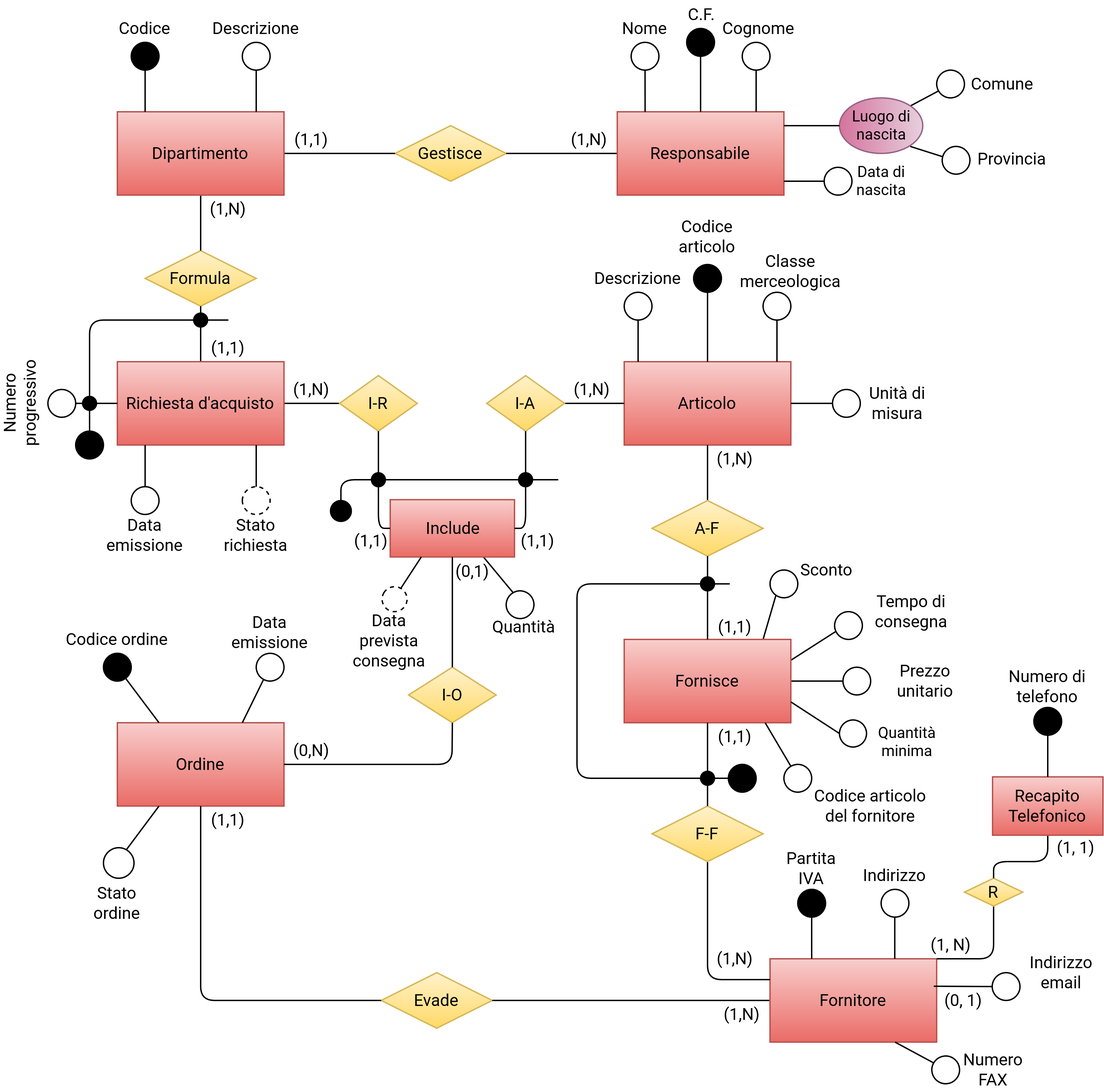
This is ER_final.png from FraBomba6/Progetto_BdD, a draw.io export, as it was before one commit. Source tidied: cells renumbered, new cells last; positions are measured from the earlier drawing's top-left corner, leaving out a move shared by most shapes.
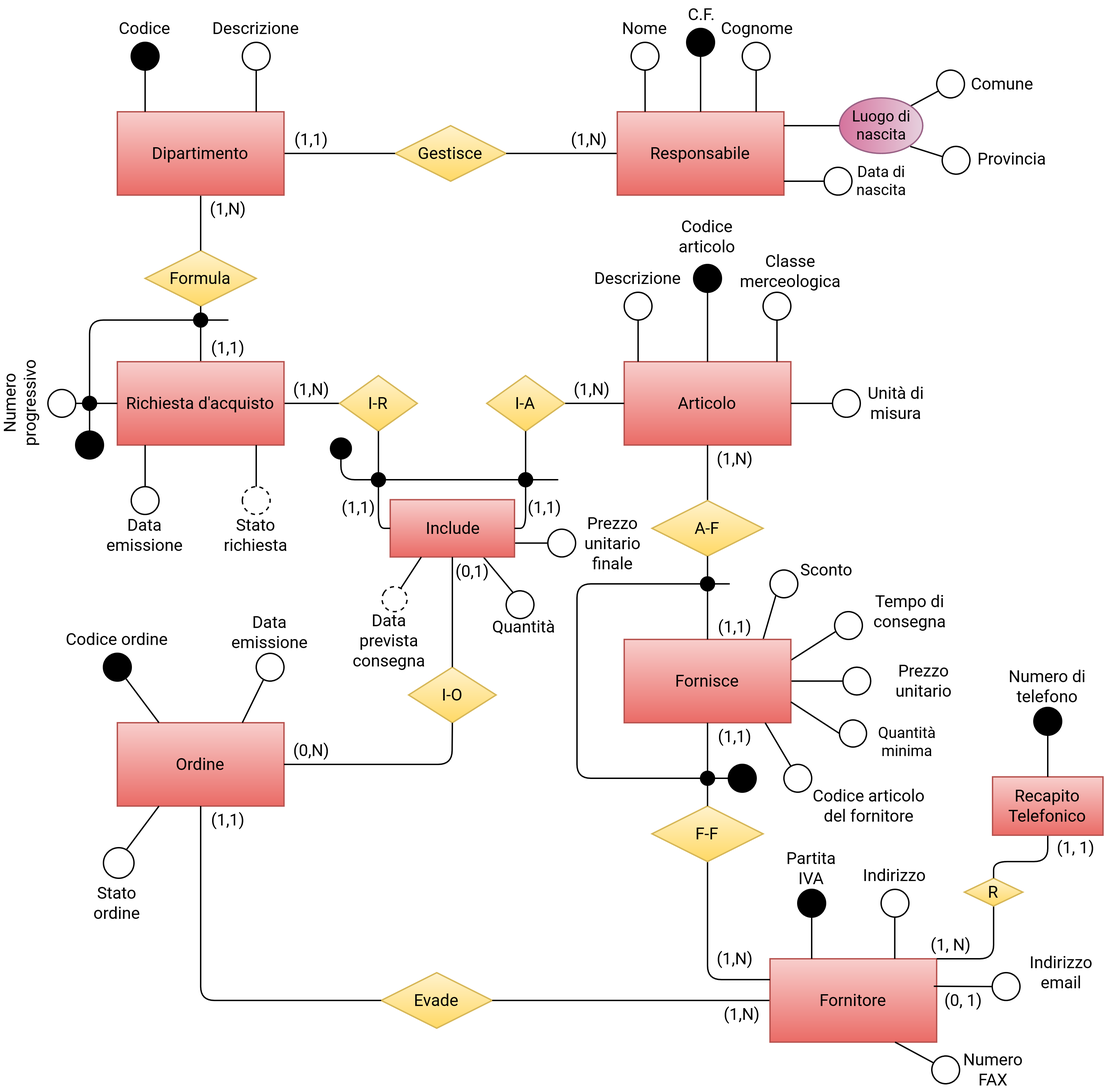
Later version of the same file.

Diff of the diagram source:
```diff
@@ -2,6 +2,11 @@
   <root>
     <mxCell id="0" />
     <mxCell id="1" parent="0" />
+    <mxCell id="181" style="endArrow=none;html=1;entryX=0.5;entryY=1;entryDx=0;entryDy=0;fontFamily=Roboto;fontSource=https%3A%2F%2Ffonts.googleapis.com%2Fcss%3Ffamily%3DRoboto;exitX=1;exitY=0.5;exitDx=0;exitDy=0;" parent="1" edge="1" target="182">
+      <mxGeometry x="390" y="390.6" as="geometry">
+        <mxPoint x="370" y="390.6" as="sourcePoint" />
+      </mxGeometry>
+    </mxCell>
     <mxCell id="2" style="endArrow=none;html=1;entryX=1;entryY=0.5;entryDx=0;entryDy=0;fontFamily=Roboto;fontSource=https%3A%2F%2Ffonts.googleapis.com%2Fcss%3Ffamily%3DRoboto;exitX=0.75;exitY=1;exitDx=0;exitDy=0;" parent="1" edge="1" source="138" target="115">
       <mxGeometry relative="1" as="geometry" />
     </mxCell>
@@ -438,10 +443,10 @@
     <mxCell id="131" value="Fornisce" style="rounded=0;whiteSpace=wrap;html=1;fontFamily=Roboto;fontSource=https%3A%2F%2Ffonts.googleapis.com%2Fcss%3Ffamily%3DRoboto;fillColor=#f8cecc;strokeColor=#b85450;gradientColor=#ea6b66;" parent="1" vertex="1">
       <mxGeometry x="455" y="460" width="120" height="60" as="geometry" />
     </mxCell>
-    <mxCell id="132" style="endArrow=none;html=1;exitX=0.5;exitY=0;exitDx=0;exitDy=0;entryX=0.5;entryY=1;entryDx=0;entryDy=0;startArrow=none;" parent="1" edge="1" source="147" target="131">
+    <mxCell id="132" style="endArrow=none;html=1;exitX=0.5;exitY=0;exitDx=0;exitDy=0;entryX=0.5;entryY=1;entryDx=0;entryDy=0;startArrow=none;fontFamily=Roboto;fontSource=https%3A%2F%2Ffonts.googleapis.com%2Fcss%3Ffamily%3DRoboto;" parent="1" edge="1" source="147" target="131">
       <mxGeometry relative="1" as="geometry" />
     </mxCell>
-    <mxCell id="133" style="endArrow=none;html=1;exitX=0.5;exitY=0;exitDx=0;exitDy=0;startArrow=none;" parent="1" edge="1" source="149" target="129">
+    <mxCell id="133" style="endArrow=none;html=1;exitX=0.5;exitY=0;exitDx=0;exitDy=0;startArrow=none;fontFamily=Roboto;fontSource=https%3A%2F%2Ffonts.googleapis.com%2Fcss%3Ffamily%3DRoboto;" parent="1" edge="1" source="149" target="129">
       <mxGeometry relative="1" as="geometry" />
     </mxCell>
     <mxCell id="134" value="(1,1)" style="text;html=1;strokeColor=none;fillColor=none;align=center;verticalAlign=middle;whiteSpace=wrap;rounded=0;fontFamily=Roboto;fontSource=https%3A%2F%2Ffonts.googleapis.com%2Fcss%3Ffamily%3DRoboto;" parent="1" vertex="1">
@@ -459,17 +464,17 @@
     <mxCell id="138" value="Include" style="rounded=0;whiteSpace=wrap;html=1;fontFamily=Roboto;fontSource=https%3A%2F%2Ffonts.googleapis.com%2Fcss%3Ffamily%3DRoboto;fillColor=#f8cecc;strokeColor=#b85450;gradientColor=#ea6b66;" parent="1" vertex="1">
       <mxGeometry x="286.5" y="359.4" width="89.5" height="41.2" as="geometry" />
     </mxCell>
-    <mxCell id="139" style="endArrow=none;html=1;exitX=0.5;exitY=0;exitDx=0;exitDy=0;entryX=0.5;entryY=1;entryDx=0;entryDy=0;" parent="1" edge="1" source="136" target="138">
+    <mxCell id="139" style="endArrow=none;html=1;exitX=0.5;exitY=0;exitDx=0;exitDy=0;entryX=0.5;entryY=1;entryDx=0;entryDy=0;fontFamily=Roboto;fontSource=https%3A%2F%2Ffonts.googleapis.com%2Fcss%3Ffamily%3DRoboto;" parent="1" edge="1" source="136" target="138">
       <mxGeometry relative="1" as="geometry" />
     </mxCell>
-    <mxCell id="140" style="endArrow=none;html=1;exitX=1;exitY=0.5;exitDx=0;exitDy=0;entryX=0.5;entryY=1;entryDx=0;entryDy=0;" parent="1" edge="1" source="4" target="136">
+    <mxCell id="140" style="endArrow=none;html=1;exitX=1;exitY=0.5;exitDx=0;exitDy=0;entryX=0.5;entryY=1;entryDx=0;entryDy=0;fontFamily=Roboto;fontSource=https%3A%2F%2Ffonts.googleapis.com%2Fcss%3Ffamily%3DRoboto;" parent="1" edge="1" source="4" target="136">
       <mxGeometry relative="1" as="geometry">
         <Array as="points">
           <mxPoint x="331" y="550" />
         </Array>
       </mxGeometry>
     </mxCell>
-    <mxCell id="141" style="endArrow=none;html=1;entryX=0.25;entryY=1;entryDx=0;entryDy=0;exitX=0.5;exitY=1;exitDx=0;exitDy=0;" parent="1" edge="1" source="142" target="138">
+    <mxCell id="141" style="endArrow=none;html=1;entryX=0.25;entryY=1;entryDx=0;entryDy=0;exitX=0.5;exitY=1;exitDx=0;exitDy=0;fontFamily=Roboto;fontSource=https%3A%2F%2Ffonts.googleapis.com%2Fcss%3Ffamily%3DRoboto;" parent="1" edge="1" source="142" target="138">
       <mxGeometry relative="1" as="geometry" />
     </mxCell>
     <mxCell id="142" style="ellipse;whiteSpace=wrap;html=1;fontFamily=Roboto;fontSource=https%3A%2F%2Ffonts.googleapis.com%2Fcss%3Ffamily%3DRoboto;rotation=-150;dashed=1;" parent="1" vertex="1">
@@ -485,7 +490,7 @@
         <mxPoint x="556.5" y="520" as="sourcePoint" />
       </mxGeometry>
     </mxCell>
-    <mxCell id="145" style="endArrow=none;html=1;" parent="1" edge="1">
+    <mxCell id="145" style="endArrow=none;html=1;fontFamily=Roboto;fontSource=https%3A%2F%2Ffonts.googleapis.com%2Fcss%3Ffamily%3DRoboto;" parent="1" edge="1">
       <mxGeometry relative="1" as="geometry">
         <mxPoint x="531" y="560" as="sourcePoint" />
         <mxPoint x="531" y="420" as="targetPoint" />
@@ -501,26 +506,26 @@
     <mxCell id="147" style="ellipse;fontFamily=Roboto;fontSource=https%3A%2F%2Ffonts.googleapis.com%2Fcss%3Ffamily%3DRoboto;fillColor=#000000;" parent="1" vertex="1">
       <mxGeometry x="510" y="555" width="10" height="10" as="geometry" />
     </mxCell>
-    <mxCell id="148" style="endArrow=none;html=1;exitX=0.5;exitY=0;exitDx=0;exitDy=0;entryX=0.5;entryY=1;entryDx=0;entryDy=0;" parent="1" edge="1" source="130" target="147">
+    <mxCell id="148" style="endArrow=none;html=1;exitX=0.5;exitY=0;exitDx=0;exitDy=0;entryX=0.5;entryY=1;entryDx=0;entryDy=0;fontFamily=Roboto;fontSource=https%3A%2F%2Ffonts.googleapis.com%2Fcss%3Ffamily%3DRoboto;" parent="1" edge="1" source="130" target="147">
       <mxGeometry relative="1" as="geometry" />
     </mxCell>
     <mxCell id="149" style="ellipse;fontFamily=Roboto;fontSource=https%3A%2F%2Ffonts.googleapis.com%2Fcss%3Ffamily%3DRoboto;fillColor=#000000;" parent="1" vertex="1">
       <mxGeometry x="510" y="415" width="10" height="10" as="geometry" />
     </mxCell>
-    <mxCell id="150" style="endArrow=none;html=1;exitX=0.5;exitY=0;exitDx=0;exitDy=0;" parent="1" edge="1" source="131" target="149">
+    <mxCell id="150" style="endArrow=none;html=1;exitX=0.5;exitY=0;exitDx=0;exitDy=0;fontFamily=Roboto;fontSource=https%3A%2F%2Ffonts.googleapis.com%2Fcss%3Ffamily%3DRoboto;" parent="1" edge="1" source="131" target="149">
       <mxGeometry relative="1" as="geometry" />
     </mxCell>
-    <mxCell id="151" style="endArrow=none;html=1;entryX=0.5;entryY=1;entryDx=0;entryDy=0;exitX=0;exitY=0.5;exitDx=0;exitDy=0;" parent="1" edge="1" source="138" target="48">
+    <mxCell id="151" style="endArrow=none;html=1;entryX=0.5;entryY=1;entryDx=0;entryDy=0;exitX=0;exitY=0.5;exitDx=0;exitDy=0;fontFamily=Roboto;fontSource=https%3A%2F%2Ffonts.googleapis.com%2Fcss%3Ffamily%3DRoboto;" parent="1" edge="1" source="138" target="48">
       <mxGeometry relative="1" as="geometry">
         <Array as="points">
           <mxPoint x="278" y="380" />
         </Array>
       </mxGeometry>
     </mxCell>
-    <mxCell id="152" style="endArrow=none;html=1;entryX=0.5;entryY=1;entryDx=0;entryDy=0;exitX=0.5;exitY=0;exitDx=0;exitDy=0;startArrow=none;" parent="1" edge="1" source="155" target="137">
+    <mxCell id="152" style="endArrow=none;html=1;entryX=0.5;entryY=1;entryDx=0;entryDy=0;exitX=0.5;exitY=0;exitDx=0;exitDy=0;startArrow=none;fontFamily=Roboto;fontSource=https%3A%2F%2Ffonts.googleapis.com%2Fcss%3Ffamily%3DRoboto;" parent="1" edge="1" source="155" target="137">
       <mxGeometry relative="1" as="geometry" />
     </mxCell>
-    <mxCell id="153" style="endArrow=none;html=1;exitX=0.5;exitY=0;exitDx=0;exitDy=0;" parent="1" edge="1" source="157">
+    <mxCell id="153" style="endArrow=none;html=1;exitX=0.5;exitY=0;exitDx=0;exitDy=0;fontFamily=Roboto;fontSource=https%3A%2F%2Ffonts.googleapis.com%2Fcss%3Ffamily%3DRoboto;" parent="1" edge="1" source="157">
       <mxGeometry relative="1" as="geometry">
         <mxPoint x="402" y="345" as="targetPoint" />
         <Array as="points">
@@ -535,7 +540,7 @@
     <mxCell id="155" style="ellipse;fontFamily=Roboto;fontSource=https%3A%2F%2Ffonts.googleapis.com%2Fcss%3Ffamily%3DRoboto;fillColor=#000000;" parent="1" vertex="1">
       <mxGeometry x="379" y="340" width="10" height="10" as="geometry" />
     </mxCell>
-    <mxCell id="156" style="endArrow=none;html=1;entryX=0.5;entryY=1;entryDx=0;entryDy=0;exitX=1;exitY=0.5;exitDx=0;exitDy=0;" parent="1" edge="1" source="138" target="155">
+    <mxCell id="156" style="endArrow=none;html=1;entryX=0.5;entryY=1;entryDx=0;entryDy=0;exitX=1;exitY=0.5;exitDx=0;exitDy=0;fontFamily=Roboto;fontSource=https%3A%2F%2Ffonts.googleapis.com%2Fcss%3Ffamily%3DRoboto;" parent="1" edge="1" source="138" target="155">
       <mxGeometry relative="1" as="geometry">
         <Array as="points">
           <mxPoint x="384" y="380" />
@@ -543,21 +548,21 @@
       </mxGeometry>
     </mxCell>
     <mxCell id="157" style="ellipse;fontFamily=Roboto;fontSource=https%3A%2F%2Ffonts.googleapis.com%2Fcss%3Ffamily%3DRoboto;fillColor=#000000;" parent="1" vertex="1">
-      <mxGeometry x="243.5" y="360" width="15" height="15" as="geometry" />
+      <mxGeometry x="243.5" y="315" width="15" height="15" as="geometry" />
     </mxCell>
     <mxCell id="158" value="(0,1)" style="text;html=1;strokeColor=none;fillColor=none;align=center;verticalAlign=middle;whiteSpace=wrap;rounded=0;fontFamily=Roboto;fontSource=https%3A%2F%2Ffonts.googleapis.com%2Fcss%3Ffamily%3DRoboto;" parent="1" vertex="1">
       <mxGeometry x="332" y="400.6" width="28" height="20" as="geometry" />
     </mxCell>
     <mxCell id="159" value="(1,1)" style="text;html=1;strokeColor=none;fillColor=none;align=center;verticalAlign=middle;whiteSpace=wrap;rounded=0;fontFamily=Roboto;fontSource=https%3A%2F%2Ffonts.googleapis.com%2Fcss%3Ffamily%3DRoboto;" parent="1" vertex="1">
-      <mxGeometry x="258.5" y="379.4" width="28" height="20" as="geometry" />
+      <mxGeometry x="250" y="355" width="28" height="20" as="geometry" />
     </mxCell>
     <mxCell id="160" value="(1,1)" style="text;html=1;strokeColor=none;fillColor=none;align=center;verticalAlign=middle;whiteSpace=wrap;rounded=0;fontFamily=Roboto;fontSource=https%3A%2F%2Ffonts.googleapis.com%2Fcss%3Ffamily%3DRoboto;" parent="1" vertex="1">
-      <mxGeometry x="379" y="379.4" width="28" height="20" as="geometry" />
+      <mxGeometry x="384" y="355" width="28" height="20" as="geometry" />
     </mxCell>
     <mxCell id="161" value="R" style="rhombus;whiteSpace=wrap;html=1;rounded=0;sketch=0;fontFamily=Roboto;fontSource=https%3A%2F%2Ffonts.googleapis.com%2Fcss%3Ffamily%3DRoboto;gradientColor=#ffd966;fillColor=#fff2cc;strokeColor=#d6b656;" parent="1" vertex="1">
       <mxGeometry x="700" y="632" width="42" height="20" as="geometry" />
     </mxCell>
-    <mxCell id="162" style="endArrow=none;html=1;exitX=0.5;exitY=0;exitDx=0;exitDy=0;entryX=0.5;entryY=1;entryDx=0;entryDy=0;" parent="1" edge="1" source="161" target="163">
+    <mxCell id="162" style="endArrow=none;html=1;exitX=0.5;exitY=0;exitDx=0;exitDy=0;entryX=0.5;entryY=1;entryDx=0;entryDy=0;fontFamily=Roboto;fontSource=https%3A%2F%2Ffonts.googleapis.com%2Fcss%3Ffamily%3DRoboto;" parent="1" edge="1" source="161" target="163">
       <mxGeometry relative="1" as="geometry">
         <Array as="points">
           <mxPoint x="721" y="620" />
@@ -605,7 +610,7 @@
     <mxCell id="174" value="Provincia" style="text;html=1;strokeColor=none;fillColor=none;align=center;verticalAlign=middle;whiteSpace=wrap;rounded=0;rotation=0;fontFamily=Roboto;fontSource=https%3A%2F%2Ffonts.googleapis.com%2Fcss%3Ffamily%3DRoboto;" parent="1" vertex="1">
       <mxGeometry x="707" y="104" width="55" height="20" as="geometry" />
     </mxCell>
-    <mxCell id="175" style="group;rotation=45;" parent="1" vertex="1">
+    <mxCell id="175" style="group;rotation=45;fontFamily=Roboto;fontSource=https%3A%2F%2Ffonts.googleapis.com%2Fcss%3Ffamily%3DRoboto;" parent="1" vertex="1">
       <mxGeometry x="666" y="95.9" width="41" height="28.1" as="geometry" />
     </mxCell>
     <mxCell id="176" style="rounded=0;jettySize=auto;html=1;exitX=0;exitY=0;exitDx=0;exitDy=0;entryX=1;entryY=1;entryDx=0;entryDy=0;endArrow=none;endFill=0;fontFamily=Roboto;fontSource=https%3A%2F%2Ffonts.googleapis.com%2Fcss%3Ffamily%3DRoboto;" parent="175" edge="1" target="177">
@@ -625,5 +630,11 @@
     <mxCell id="180" style="endArrow=none;html=1;exitX=0.5;exitY=0;exitDx=0;exitDy=0;fontFamily=Roboto;fontSource=https%3A%2F%2Ffonts.googleapis.com%2Fcss%3Ffamily%3DRoboto;" parent="1" edge="1" source="56" target="179">
       <mxGeometry relative="1" as="geometry" />
     </mxCell>
+    <mxCell id="182" style="ellipse;whiteSpace=wrap;html=1;fontFamily=Roboto;fontSource=https%3A%2F%2Ffonts.googleapis.com%2Fcss%3Ffamily%3DRoboto;rotation=90;" parent="1" vertex="1">
+      <mxGeometry x="400" y="380.6" width="20" height="20" as="geometry" />
+    </mxCell>
+    <mxCell id="183" value="&lt;div&gt;Prezzo unitario finale&lt;br&gt;&lt;/div&gt;" style="text;html=1;strokeColor=none;fillColor=none;align=center;verticalAlign=middle;whiteSpace=wrap;rounded=0;fontFamily=Roboto;fontSource=https%3A%2F%2Ffonts.googleapis.com%2Fcss%3Ffamily%3DRoboto;rotation=0;" parent="1" vertex="1">
+      <mxGeometry x="421.5" y="380.6" width="50" height="20" as="geometry" />
+    </mxCell>
   </root>
 </mxGraphModel>
```
